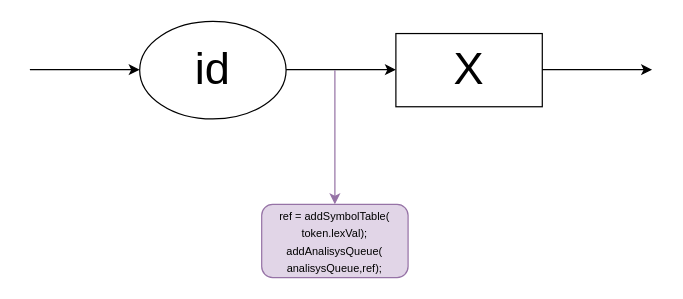
Above: grafosSintaticos/semanticRules/l_sr.drawio in AdrianoII/gccc (draw.io), before the change. Source tidied: cells renumbered, new cells numbered last; positions are measured from the earlier drawing's top-left corner, leaving out a move shared by most shapes. Both pictures are drawn from the tidied source at 122%, with x=0, y=0 at pixel (29, 21).
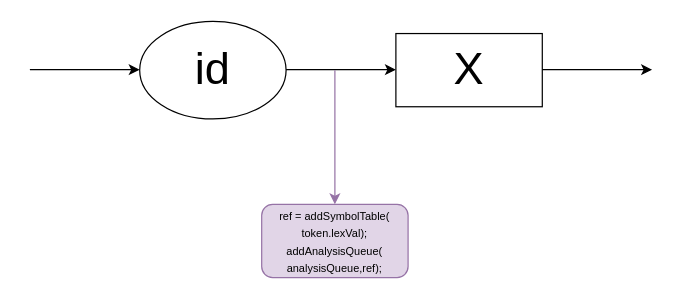
The same diagram, later.

Change to the diagram source:
```diff
@@
 <mxGraphModel>
   <root>
     <mxCell id="0" />
     <mxCell id="1" parent="0" />
     <mxCell id="2" style="group;" parent="1" vertex="1">
       <mxGeometry width="510" height="80" as="geometry" />
     </mxCell>
     <mxCell id="3" value="&lt;font style=&quot;font-size: 37px&quot;&gt;id&lt;/font&gt;" style="ellipse;whiteSpace=wrap;html=1;" parent="2" vertex="1">
       <mxGeometry x="90" width="120" height="80" as="geometry" />
     </mxCell>
     <mxCell id="4" style="endArrow=classic;html=1;entryX=0;entryY=0.5;entryDx=0;entryDy=0;" parent="2" edge="1">
       <mxGeometry relative="1" as="geometry">
         <mxPoint x="210" y="39.6" as="sourcePoint" />
         <mxPoint x="300" y="39.6" as="targetPoint" />
       </mxGeometry>
     </mxCell>
     <mxCell id="5" style="endArrow=classic;html=1;entryX=0;entryY=0.5;entryDx=0;entryDy=0;" parent="2" edge="1">
       <mxGeometry relative="1" as="geometry">
         <mxPoint y="39.6" as="sourcePoint" />
         <mxPoint x="90" y="39.6" as="targetPoint" />
       </mxGeometry>
     </mxCell>
     <mxCell id="6" value="&lt;font style=&quot;font-size: 37px&quot;&gt;X&lt;/font&gt;" style="rounded=0;whiteSpace=wrap;html=1;" parent="2" vertex="1">
       <mxGeometry x="300" y="10" width="120" height="60" as="geometry" />
     </mxCell>
     <mxCell id="7" style="endArrow=classic;html=1;entryX=0;entryY=0.5;entryDx=0;entryDy=0;" parent="2" edge="1">
       <mxGeometry relative="1" as="geometry">
         <mxPoint x="420" y="39.6" as="sourcePoint" />
         <mxPoint x="510" y="39.6" as="targetPoint" />
       </mxGeometry>
     </mxCell>
     <mxCell id="8" style="endArrow=classic;html=1;fillColor=#e1d5e7;strokeColor=#9673a6;" parent="1" edge="1">
       <mxGeometry relative="1" as="geometry">
         <mxPoint x="250" y="40" as="sourcePoint" />
         <mxPoint x="250" y="150" as="targetPoint" />
       </mxGeometry>
     </mxCell>
-    <mxCell id="9" value="&lt;font style=&quot;font-size: 9px&quot;&gt;ref = addSymbolTable(&lt;br&gt;token.lexVal);&lt;br&gt;addAnalisysQueue(&lt;br&gt;analisysQueue,ref);&lt;br&gt;&lt;/font&gt;" style="rounded=1;whiteSpace=wrap;html=1;fillColor=#e1d5e7;strokeColor=#9673a6;" parent="1" vertex="1">
+    <mxCell id="9" value="&lt;font style=&quot;font-size: 9px&quot;&gt;ref = addSymbolTable(&lt;br&gt;token.lexVal);&lt;br&gt;addAnalysisQueue(&lt;br&gt;analysisQueue,ref);&lt;br&gt;&lt;/font&gt;" style="rounded=1;whiteSpace=wrap;html=1;fillColor=#e1d5e7;strokeColor=#9673a6;" parent="1" vertex="1">
       <mxGeometry x="190" y="150" width="120" height="60" as="geometry" />
     </mxCell>
   </root>
 </mxGraphModel>
```
